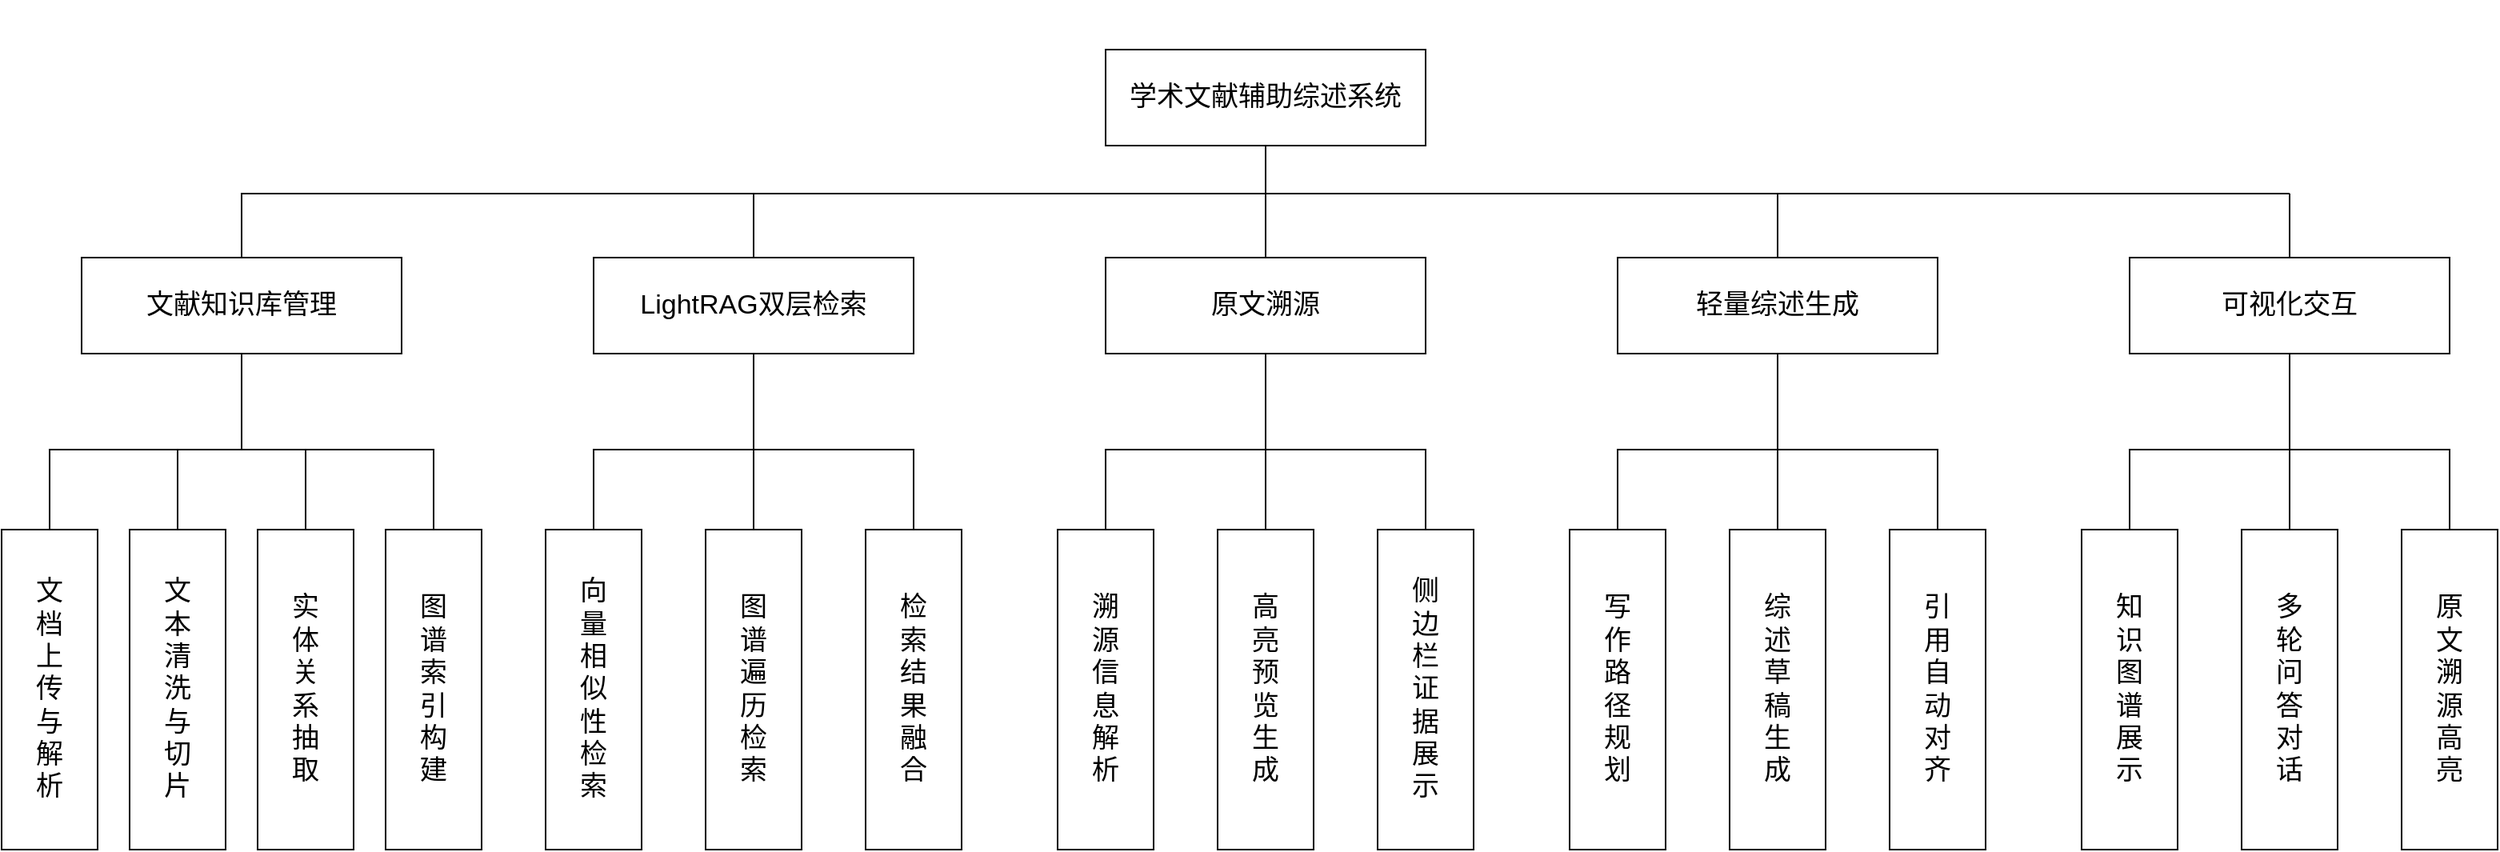
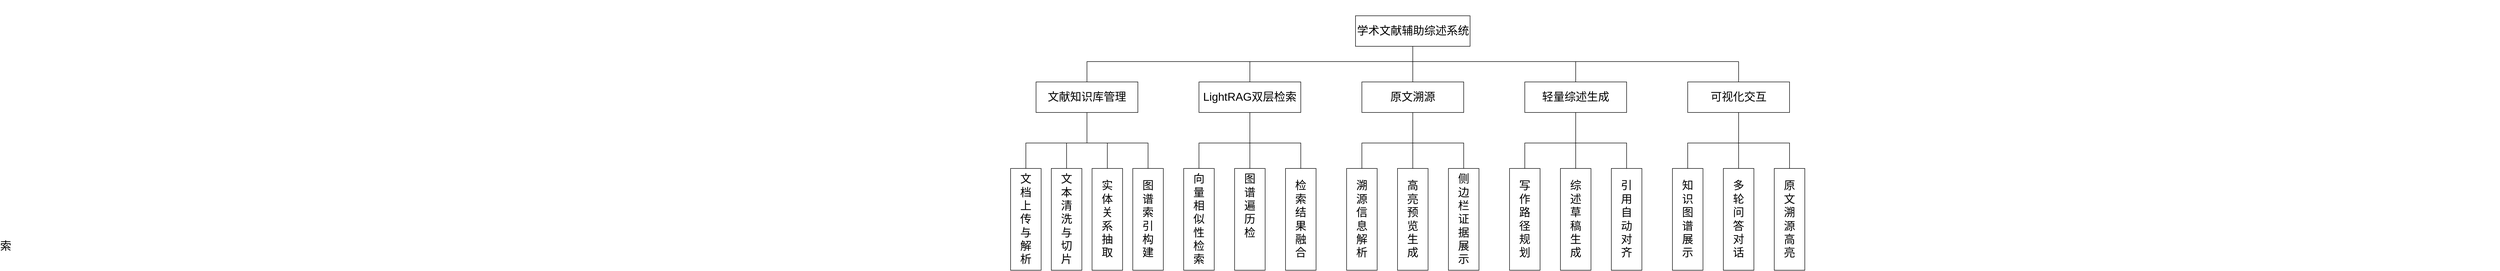
<mxfile host="app.diagrams.net" agent="Mozilla/5.0 (Windows NT 10.0; Win64; x64) AppleWebKit/537.36 (KHTML, like Gecko) Chrome/143.0.0.0 Safari/537.36 Edg/143.0.0.0">
  <diagram name="第 1 页" id="kCGOB4NbzOLxN3a2imSw">
-     <mxGraphModel dx="1604" dy="954" grid="1" gridSize="10" guides="1" tooltips="1" connect="1" arrows="1" fold="1" page="0" pageScale="1" pageWidth="827" pageHeight="1169" math="0" shadow="0">
+     <mxGraphModel dx="5126" dy="955" grid="1" gridSize="10" guides="1" tooltips="1" connect="1" arrows="1" fold="1" page="0" pageScale="1" pageWidth="827" pageHeight="1169" math="0" shadow="0">
      <root>
        <mxCell id="0" />
        <mxCell id="1" parent="0" />
-         <mxCell id="-he248ucSGp0f2jcVjUM-1" parent="1" style="rounded=0;whiteSpace=wrap;html=1;" value="&lt;font style=&quot;font-size: 17px;&quot;&gt;学术文献辅助综述系统&lt;/font&gt;" vertex="1">
-           <mxGeometry height="60" width="200" x="-100" y="60" as="geometry" />
+         <mxCell id="-he248ucSGp0f2jcVjUM-1" parent="1" style="rounded=0;whiteSpace=wrap;html=1;fontSize=22;" value="&lt;font&gt;学术文献辅助综述系统&lt;/font&gt;" vertex="1">
+           <mxGeometry height="60" width="225" x="-112.5" y="60" as="geometry" />
        </mxCell>
-         <mxCell id="-he248ucSGp0f2jcVjUM-2" parent="1" style="rounded=0;whiteSpace=wrap;html=1;" value="&lt;font style=&quot;font-size: 17px;&quot;&gt;文献知识库管理&lt;/font&gt;" vertex="1">
+         <mxCell id="-he248ucSGp0f2jcVjUM-2" parent="1" style="rounded=0;whiteSpace=wrap;html=1;fontSize=22;" value="&lt;font&gt;文献知识库管理&lt;/font&gt;" vertex="1">
          <mxGeometry height="60" width="200" x="-740" y="190" as="geometry" />
        </mxCell>
-         <mxCell id="-he248ucSGp0f2jcVjUM-3" parent="1" style="rounded=0;whiteSpace=wrap;html=1;" value="&lt;font style=&quot;font-size: 17px;&quot;&gt;LightRAG双层检索&lt;/font&gt;" vertex="1">
+         <mxCell id="-he248ucSGp0f2jcVjUM-3" parent="1" style="rounded=0;whiteSpace=wrap;html=1;fontSize=22;" value="&lt;font&gt;LightRAG双层检索&lt;/font&gt;" vertex="1">
          <mxGeometry height="60" width="200" x="-420" y="190" as="geometry" />
        </mxCell>
-         <mxCell id="-he248ucSGp0f2jcVjUM-4" parent="1" style="rounded=0;whiteSpace=wrap;html=1;" value="&lt;span style=&quot;font-size: 17px;&quot;&gt;轻量综述生成&lt;/span&gt;" vertex="1">
+         <mxCell id="-he248ucSGp0f2jcVjUM-4" parent="1" style="rounded=0;whiteSpace=wrap;html=1;fontSize=22;" value="&lt;span&gt;轻量综述生成&lt;/span&gt;" vertex="1">
          <mxGeometry height="60" width="200" x="220" y="190" as="geometry" />
        </mxCell>
-         <mxCell id="-he248ucSGp0f2jcVjUM-5" parent="1" style="rounded=0;whiteSpace=wrap;html=1;" value="&lt;span style=&quot;font-size: 17px;&quot;&gt;可视化交互&lt;/span&gt;" vertex="1">
+         <mxCell id="-he248ucSGp0f2jcVjUM-5" parent="1" style="rounded=0;whiteSpace=wrap;html=1;fontSize=22;" value="&lt;span&gt;可视化交互&lt;/span&gt;" vertex="1">
          <mxGeometry height="60" width="200" x="540" y="190" as="geometry" />
        </mxCell>
-         <mxCell id="-he248ucSGp0f2jcVjUM-8" parent="1" style="shape=partialRectangle;whiteSpace=wrap;html=1;bottom=0;right=0;fillColor=none;" value="" vertex="1">
+         <mxCell id="-he248ucSGp0f2jcVjUM-8" parent="1" style="shape=partialRectangle;whiteSpace=wrap;html=1;bottom=0;right=0;fillColor=none;fontSize=22;" value="" vertex="1">
          <mxGeometry height="40" width="480" x="-640" y="150" as="geometry" />
        </mxCell>
-         <mxCell id="-he248ucSGp0f2jcVjUM-9" parent="1" style="shape=partialRectangle;whiteSpace=wrap;html=1;bottom=0;right=0;fillColor=none;rotation=-180;" value="" vertex="1">
+         <mxCell id="-he248ucSGp0f2jcVjUM-9" parent="1" style="shape=partialRectangle;whiteSpace=wrap;html=1;bottom=0;right=0;fillColor=none;rotation=-180;fontSize=22;" value="" vertex="1">
          <mxGeometry height="30" width="480" x="-480" y="120" as="geometry" />
        </mxCell>
-         <mxCell id="-he248ucSGp0f2jcVjUM-12" parent="1" style="shape=partialRectangle;whiteSpace=wrap;html=1;top=0;bottom=0;fillColor=none;" value="" vertex="1">
+         <mxCell id="-he248ucSGp0f2jcVjUM-12" parent="1" style="shape=partialRectangle;whiteSpace=wrap;html=1;top=0;bottom=0;fillColor=none;fontSize=22;" value="" vertex="1">
          <mxGeometry height="40" width="320" y="150" as="geometry" />
        </mxCell>
-         <mxCell id="-he248ucSGp0f2jcVjUM-14" parent="1" style="shape=partialRectangle;whiteSpace=wrap;html=1;right=0;top=0;bottom=0;fillColor=none;routingCenterX=-0.5;rotation=-90;" value="" vertex="1">
+         <mxCell id="-he248ucSGp0f2jcVjUM-14" parent="1" style="shape=partialRectangle;whiteSpace=wrap;html=1;right=0;top=0;bottom=0;fillColor=none;routingCenterX=-0.5;rotation=-90;fontSize=22;" value="" vertex="1">
          <mxGeometry height="480" width="120" x="180" y="-150" as="geometry" />
        </mxCell>
-         <mxCell id="-he248ucSGp0f2jcVjUM-15" parent="1" style="shape=partialRectangle;whiteSpace=wrap;html=1;top=0;bottom=0;fillColor=none;" value="" vertex="1">
+         <mxCell id="-he248ucSGp0f2jcVjUM-15" parent="1" style="shape=partialRectangle;whiteSpace=wrap;html=1;top=0;bottom=0;fillColor=none;fontSize=22;" value="" vertex="1">
          <mxGeometry height="40" width="320" x="-320" y="150" as="geometry" />
        </mxCell>
-         <mxCell id="-he248ucSGp0f2jcVjUM-16" parent="1" style="shape=partialRectangle;whiteSpace=wrap;html=1;right=0;top=0;bottom=0;fillColor=none;routingCenterX=-0.5;" value="" vertex="1">
+         <mxCell id="-he248ucSGp0f2jcVjUM-16" parent="1" style="shape=partialRectangle;whiteSpace=wrap;html=1;right=0;top=0;bottom=0;fillColor=none;routingCenterX=-0.5;fontSize=22;" value="" vertex="1">
          <mxGeometry height="60" width="120" x="-640" y="250" as="geometry" />
        </mxCell>
-         <mxCell id="-he248ucSGp0f2jcVjUM-17" parent="1" style="shape=partialRectangle;whiteSpace=wrap;html=1;right=0;top=0;bottom=0;fillColor=none;routingCenterX=-0.5;" value="" vertex="1">
+         <mxCell id="-he248ucSGp0f2jcVjUM-17" parent="1" style="shape=partialRectangle;whiteSpace=wrap;html=1;right=0;top=0;bottom=0;fillColor=none;routingCenterX=-0.5;fontSize=22;" value="" vertex="1">
          <mxGeometry height="60" width="120" x="-320" y="250" as="geometry" />
        </mxCell>
-         <mxCell id="-he248ucSGp0f2jcVjUM-18" parent="1" style="shape=partialRectangle;whiteSpace=wrap;html=1;right=0;top=0;bottom=0;fillColor=none;routingCenterX=-0.5;" value="" vertex="1">
+         <mxCell id="-he248ucSGp0f2jcVjUM-18" parent="1" style="shape=partialRectangle;whiteSpace=wrap;html=1;right=0;top=0;bottom=0;fillColor=none;routingCenterX=-0.5;fontSize=22;" value="" vertex="1">
          <mxGeometry height="60" width="120" x="320" y="250" as="geometry" />
        </mxCell>
-         <mxCell id="-he248ucSGp0f2jcVjUM-19" parent="1" style="shape=partialRectangle;whiteSpace=wrap;html=1;right=0;top=0;bottom=0;fillColor=none;routingCenterX=-0.5;" value="" vertex="1">
+         <mxCell id="-he248ucSGp0f2jcVjUM-19" parent="1" style="shape=partialRectangle;whiteSpace=wrap;html=1;right=0;top=0;bottom=0;fillColor=none;routingCenterX=-0.5;fontSize=22;" value="" vertex="1">
          <mxGeometry height="60" width="120" x="640" y="250" as="geometry" />
        </mxCell>
-         <mxCell id="-he248ucSGp0f2jcVjUM-20" parent="1" style="shape=partialRectangle;whiteSpace=wrap;html=1;bottom=0;right=0;fillColor=none;flipH=0;legacyAnchorPoints=0;flipV=0;" value="" vertex="1">
+         <mxCell id="-he248ucSGp0f2jcVjUM-20" parent="1" style="shape=partialRectangle;whiteSpace=wrap;html=1;bottom=0;right=0;fillColor=none;flipH=0;legacyAnchorPoints=0;flipV=0;fontSize=22;" value="" vertex="1">
          <mxGeometry height="50" width="120" x="-760" y="310" as="geometry" />
        </mxCell>
-         <mxCell id="-he248ucSGp0f2jcVjUM-23" parent="1" style="shape=partialRectangle;whiteSpace=wrap;html=1;bottom=0;right=0;fillColor=none;flipH=1;legacyAnchorPoints=0;flipV=0;" value="" vertex="1">
+         <mxCell id="-he248ucSGp0f2jcVjUM-23" parent="1" style="shape=partialRectangle;whiteSpace=wrap;html=1;bottom=0;right=0;fillColor=none;flipH=1;legacyAnchorPoints=0;flipV=0;fontSize=22;" value="" vertex="1">
          <mxGeometry height="50" width="120" x="-640" y="310" as="geometry" />
        </mxCell>
-         <mxCell id="-he248ucSGp0f2jcVjUM-24" parent="1" style="shape=partialRectangle;whiteSpace=wrap;html=1;top=0;bottom=0;fillColor=none;" value="" vertex="1">
+         <mxCell id="-he248ucSGp0f2jcVjUM-24" parent="1" style="shape=partialRectangle;whiteSpace=wrap;html=1;top=0;bottom=0;fillColor=none;fontSize=22;" value="" vertex="1">
          <mxGeometry height="50" width="80" x="-680" y="310" as="geometry" />
        </mxCell>
-         <mxCell id="-he248ucSGp0f2jcVjUM-26" parent="1" style="shape=partialRectangle;whiteSpace=wrap;html=1;bottom=0;right=0;fillColor=none;flipH=0;legacyAnchorPoints=0;flipV=0;" value="" vertex="1">
+         <mxCell id="-he248ucSGp0f2jcVjUM-26" parent="1" style="shape=partialRectangle;whiteSpace=wrap;html=1;bottom=0;right=0;fillColor=none;flipH=0;legacyAnchorPoints=0;flipV=0;fontSize=22;" value="" vertex="1">
          <mxGeometry height="50" width="100" x="-420" y="310" as="geometry" />
        </mxCell>
-         <mxCell id="-he248ucSGp0f2jcVjUM-36" parent="1" style="rounded=0;whiteSpace=wrap;html=1;" value="&lt;font style=&quot;font-size: 17px;&quot;&gt;文&lt;/font&gt;&lt;div&gt;&lt;font style=&quot;font-size: 17px;&quot;&gt;档&lt;/font&gt;&lt;/div&gt;&lt;div&gt;&lt;font style=&quot;font-size: 17px;&quot;&gt;上&lt;/font&gt;&lt;/div&gt;&lt;div&gt;&lt;font style=&quot;font-size: 17px;&quot;&gt;传&lt;/font&gt;&lt;/div&gt;&lt;div&gt;&lt;font style=&quot;font-size: 17px;&quot;&gt;与&lt;/font&gt;&lt;/div&gt;&lt;div&gt;&lt;font style=&quot;font-size: 17px;&quot;&gt;解&lt;/font&gt;&lt;/div&gt;&lt;div&gt;&lt;font style=&quot;font-size: 17px;&quot;&gt;析&lt;/font&gt;&lt;/div&gt;" vertex="1">
+         <mxCell id="-he248ucSGp0f2jcVjUM-36" parent="1" style="rounded=0;whiteSpace=wrap;html=1;fontSize=22;" value="&lt;font&gt;文&lt;/font&gt;&lt;div&gt;&lt;font&gt;档&lt;/font&gt;&lt;/div&gt;&lt;div&gt;&lt;font&gt;上&lt;/font&gt;&lt;/div&gt;&lt;div&gt;&lt;font&gt;传&lt;/font&gt;&lt;/div&gt;&lt;div&gt;&lt;font&gt;与&lt;/font&gt;&lt;/div&gt;&lt;div&gt;&lt;font&gt;解&lt;/font&gt;&lt;/div&gt;&lt;div&gt;&lt;font&gt;析&lt;/font&gt;&lt;/div&gt;" vertex="1">
          <mxGeometry height="200" width="60" x="-790" y="360" as="geometry" />
        </mxCell>
-         <mxCell id="-he248ucSGp0f2jcVjUM-37" parent="1" style="rounded=0;whiteSpace=wrap;html=1;" value="&lt;font style=&quot;font-size: 17px;&quot;&gt;文&lt;/font&gt;&lt;div&gt;&lt;font style=&quot;font-size: 17px;&quot;&gt;本&lt;/font&gt;&lt;/div&gt;&lt;div&gt;&lt;font style=&quot;font-size: 17px;&quot;&gt;清&lt;/font&gt;&lt;/div&gt;&lt;div&gt;&lt;font style=&quot;font-size: 17px;&quot;&gt;洗&lt;/font&gt;&lt;/div&gt;&lt;div&gt;&lt;font style=&quot;font-size: 17px;&quot;&gt;与&lt;/font&gt;&lt;/div&gt;&lt;div&gt;&lt;span style=&quot;background-color: transparent; color: light-dark(rgb(0, 0, 0), rgb(255, 255, 255));&quot;&gt;&lt;font style=&quot;font-size: 17px;&quot;&gt;切&lt;/font&gt;&lt;/span&gt;&lt;/div&gt;&lt;div&gt;&lt;span style=&quot;background-color: transparent; color: light-dark(rgb(0, 0, 0), rgb(255, 255, 255));&quot;&gt;&lt;font style=&quot;font-size: 17px;&quot;&gt;片&lt;/font&gt;&lt;/span&gt;&lt;/div&gt;" vertex="1">
+         <mxCell id="-he248ucSGp0f2jcVjUM-37" parent="1" style="rounded=0;whiteSpace=wrap;html=1;fontSize=22;" value="&lt;font&gt;文&lt;/font&gt;&lt;div&gt;&lt;font&gt;本&lt;/font&gt;&lt;/div&gt;&lt;div&gt;&lt;font&gt;清&lt;/font&gt;&lt;/div&gt;&lt;div&gt;&lt;font&gt;洗&lt;/font&gt;&lt;/div&gt;&lt;div&gt;&lt;font&gt;与&lt;/font&gt;&lt;/div&gt;&lt;div&gt;&lt;span style=&quot;background-color: transparent; color: light-dark(rgb(0, 0, 0), rgb(255, 255, 255));&quot;&gt;&lt;font&gt;切&lt;/font&gt;&lt;/span&gt;&lt;/div&gt;&lt;div&gt;&lt;span style=&quot;background-color: transparent; color: light-dark(rgb(0, 0, 0), rgb(255, 255, 255));&quot;&gt;&lt;font&gt;片&lt;/font&gt;&lt;/span&gt;&lt;/div&gt;" vertex="1">
          <mxGeometry height="200" width="60" x="-710" y="360" as="geometry" />
        </mxCell>
-         <mxCell id="-he248ucSGp0f2jcVjUM-38" parent="1" style="rounded=0;whiteSpace=wrap;html=1;" value="&lt;font style=&quot;font-size: 17px;&quot;&gt;实&lt;/font&gt;&lt;div&gt;&lt;font style=&quot;font-size: 17px;&quot;&gt;体&lt;/font&gt;&lt;/div&gt;&lt;div&gt;&lt;font style=&quot;font-size: 17px;&quot;&gt;关&lt;/font&gt;&lt;/div&gt;&lt;div&gt;&lt;font style=&quot;font-size: 17px;&quot;&gt;系&lt;/font&gt;&lt;/div&gt;&lt;div&gt;&lt;font style=&quot;font-size: 17px;&quot;&gt;抽&lt;/font&gt;&lt;/div&gt;&lt;div&gt;&lt;font style=&quot;font-size: 17px;&quot;&gt;取&lt;/font&gt;&lt;/div&gt;" vertex="1">
+         <mxCell id="-he248ucSGp0f2jcVjUM-38" parent="1" style="rounded=0;whiteSpace=wrap;html=1;fontSize=22;" value="&lt;font&gt;实&lt;/font&gt;&lt;div&gt;&lt;font&gt;体&lt;/font&gt;&lt;/div&gt;&lt;div&gt;&lt;font&gt;关&lt;/font&gt;&lt;/div&gt;&lt;div&gt;&lt;font&gt;系&lt;/font&gt;&lt;/div&gt;&lt;div&gt;&lt;font&gt;抽&lt;/font&gt;&lt;/div&gt;&lt;div&gt;&lt;font&gt;取&lt;/font&gt;&lt;/div&gt;" vertex="1">
          <mxGeometry height="200" width="60" x="-630" y="360" as="geometry" />
        </mxCell>
-         <mxCell id="-he248ucSGp0f2jcVjUM-39" parent="1" style="rounded=0;whiteSpace=wrap;html=1;" value="&lt;font style=&quot;font-size: 17px;&quot;&gt;图&lt;/font&gt;&lt;div&gt;&lt;font style=&quot;font-size: 17px;&quot;&gt;谱&lt;/font&gt;&lt;/div&gt;&lt;div&gt;&lt;font style=&quot;font-size: 17px;&quot;&gt;索&lt;/font&gt;&lt;/div&gt;&lt;div&gt;&lt;font style=&quot;font-size: 17px;&quot;&gt;引&lt;/font&gt;&lt;/div&gt;&lt;div&gt;&lt;font style=&quot;font-size: 17px;&quot;&gt;构&lt;/font&gt;&lt;/div&gt;&lt;div&gt;&lt;font style=&quot;font-size: 17px;&quot;&gt;建&lt;/font&gt;&lt;/div&gt;" vertex="1">
+         <mxCell id="-he248ucSGp0f2jcVjUM-39" parent="1" style="rounded=0;whiteSpace=wrap;html=1;fontSize=22;" value="&lt;font&gt;图&lt;/font&gt;&lt;div&gt;&lt;font&gt;谱&lt;/font&gt;&lt;/div&gt;&lt;div&gt;&lt;font&gt;索&lt;/font&gt;&lt;/div&gt;&lt;div&gt;&lt;font&gt;引&lt;/font&gt;&lt;/div&gt;&lt;div&gt;&lt;font&gt;构&lt;/font&gt;&lt;/div&gt;&lt;div&gt;&lt;font&gt;建&lt;/font&gt;&lt;/div&gt;" vertex="1">
          <mxGeometry height="200" width="60" x="-550" y="360" as="geometry" />
        </mxCell>
-         <mxCell id="-he248ucSGp0f2jcVjUM-40" parent="1" style="rounded=0;whiteSpace=wrap;html=1;" value="&lt;font style=&quot;font-size: 17px;&quot;&gt;向&lt;/font&gt;&lt;div&gt;&lt;font style=&quot;font-size: 17px;&quot;&gt;量&lt;/font&gt;&lt;/div&gt;&lt;div&gt;&lt;font style=&quot;font-size: 17px;&quot;&gt;相&lt;/font&gt;&lt;/div&gt;&lt;div&gt;&lt;font style=&quot;font-size: 17px;&quot;&gt;似&lt;/font&gt;&lt;/div&gt;&lt;div&gt;&lt;font style=&quot;font-size: 17px;&quot;&gt;性&lt;/font&gt;&lt;/div&gt;&lt;div&gt;&lt;font style=&quot;font-size: 17px;&quot;&gt;检&lt;/font&gt;&lt;/div&gt;&lt;div&gt;&lt;font style=&quot;font-size: 17px;&quot;&gt;索&lt;/font&gt;&lt;/div&gt;" vertex="1">
+         <mxCell id="-he248ucSGp0f2jcVjUM-40" parent="1" style="rounded=0;whiteSpace=wrap;html=1;fontSize=22;" value="&lt;font&gt;向&lt;/font&gt;&lt;div&gt;&lt;font&gt;量&lt;/font&gt;&lt;/div&gt;&lt;div&gt;&lt;font&gt;相&lt;/font&gt;&lt;/div&gt;&lt;div&gt;&lt;font&gt;似&lt;/font&gt;&lt;/div&gt;&lt;div&gt;&lt;font&gt;性&lt;/font&gt;&lt;/div&gt;&lt;div&gt;&lt;font&gt;检&lt;/font&gt;&lt;/div&gt;&lt;div&gt;&lt;font&gt;索&lt;/font&gt;&lt;/div&gt;" vertex="1">
          <mxGeometry height="200" width="60" x="-450" y="360" as="geometry" />
        </mxCell>
-         <mxCell id="-he248ucSGp0f2jcVjUM-41" parent="1" style="rounded=0;whiteSpace=wrap;html=1;" value="&lt;font style=&quot;font-size: 17px;&quot;&gt;图&lt;/font&gt;&lt;div&gt;&lt;font style=&quot;font-size: 17px;&quot;&gt;谱&lt;/font&gt;&lt;/div&gt;&lt;div&gt;&lt;font style=&quot;font-size: 17px;&quot;&gt;遍&lt;/font&gt;&lt;/div&gt;&lt;div&gt;&lt;font style=&quot;font-size: 17px;&quot;&gt;历&lt;/font&gt;&lt;/div&gt;&lt;div&gt;&lt;font style=&quot;font-size: 17px;&quot;&gt;检&lt;/font&gt;&lt;/div&gt;&lt;div&gt;&lt;font style=&quot;font-size: 17px;&quot;&gt;索&lt;/font&gt;&lt;span style=&quot;color: rgba(0, 0, 0, 0); font-family: monospace; font-size: 0px; text-align: start; text-wrap-mode: nowrap;&quot;&gt;%3CmxGraphModel%3E%3Croot%3E%3CmxCell%20id%3D%220%22%2F%3E%3CmxCell%20id%3D%221%22%20parent%3D%220%22%2F%3E%3CmxCell%20id%3D%222%22%20parent%3D%221%22%20style%3D%22rounded%3D0%3BwhiteSpace%3Dwrap%3Bhtml%3D1%3B%22%20value%3D%22%E5%9B%BE%E8%B0%B1%E7%B4%A2%E5%BC%95%E6%9E%84%E5%BB%BA%22%20vertex%3D%221%22%3E%3CmxGeometry%20height%3D%22200%22%20width%3D%2260%22%20x%3D%22-390%22%20y%3D%22360%22%20as%3D%22geometry%22%2F%3E%3C%2FmxCell%3E%3C%2Froot%3E%3C%2FmxGraphModel%3E&lt;/span&gt;&lt;/div&gt;" vertex="1">
+         <mxCell id="-he248ucSGp0f2jcVjUM-41" parent="1" style="rounded=0;whiteSpace=wrap;html=1;fontSize=22;" value="&lt;font&gt;图&lt;/font&gt;&lt;div&gt;&lt;font&gt;谱&lt;/font&gt;&lt;/div&gt;&lt;div&gt;&lt;font&gt;遍&lt;/font&gt;&lt;/div&gt;&lt;div&gt;&lt;font&gt;历&lt;/font&gt;&lt;/div&gt;&lt;div&gt;&lt;font&gt;检&lt;/font&gt;&lt;/div&gt;&lt;div&gt;&lt;font&gt;索&lt;/font&gt;&lt;span style=&quot;color: rgba(0, 0, 0, 0); font-family: monospace; text-align: start; text-wrap-mode: nowrap;&quot;&gt;%3CmxGraphModel%3E%3Croot%3E%3CmxCell%20id%3D%220%22%2F%3E%3CmxCell%20id%3D%221%22%20parent%3D%220%22%2F%3E%3CmxCell%20id%3D%222%22%20parent%3D%221%22%20style%3D%22rounded%3D0%3BwhiteSpace%3Dwrap%3Bhtml%3D1%3B%22%20value%3D%22%E5%9B%BE%E8%B0%B1%E7%B4%A2%E5%BC%95%E6%9E%84%E5%BB%BA%22%20vertex%3D%221%22%3E%3CmxGeometry%20height%3D%22200%22%20width%3D%2260%22%20x%3D%22-390%22%20y%3D%22360%22%20as%3D%22geometry%22%2F%3E%3C%2FmxCell%3E%3C%2Froot%3E%3C%2FmxGraphModel%3E&lt;/span&gt;&lt;/div&gt;" vertex="1">
          <mxGeometry height="200" width="60" x="-350" y="360" as="geometry" />
        </mxCell>
-         <mxCell id="-he248ucSGp0f2jcVjUM-42" parent="1" style="rounded=0;whiteSpace=wrap;html=1;" value="&lt;font style=&quot;font-size: 17px;&quot;&gt;检&lt;/font&gt;&lt;div&gt;&lt;font style=&quot;font-size: 17px;&quot;&gt;索&lt;/font&gt;&lt;/div&gt;&lt;div&gt;&lt;font style=&quot;font-size: 17px;&quot;&gt;结&lt;/font&gt;&lt;/div&gt;&lt;div&gt;&lt;font style=&quot;font-size: 17px;&quot;&gt;果&lt;/font&gt;&lt;/div&gt;&lt;div&gt;&lt;font style=&quot;font-size: 17px;&quot;&gt;融&lt;/font&gt;&lt;/div&gt;&lt;div&gt;&lt;font style=&quot;font-size: 17px;&quot;&gt;合&lt;/font&gt;&lt;/div&gt;" vertex="1">
+         <mxCell id="-he248ucSGp0f2jcVjUM-42" parent="1" style="rounded=0;whiteSpace=wrap;html=1;fontSize=22;" value="&lt;font&gt;检&lt;/font&gt;&lt;div&gt;&lt;font&gt;索&lt;/font&gt;&lt;/div&gt;&lt;div&gt;&lt;font&gt;结&lt;/font&gt;&lt;/div&gt;&lt;div&gt;&lt;font&gt;果&lt;/font&gt;&lt;/div&gt;&lt;div&gt;&lt;font&gt;融&lt;/font&gt;&lt;/div&gt;&lt;div&gt;&lt;font&gt;合&lt;/font&gt;&lt;/div&gt;" vertex="1">
          <mxGeometry height="200" width="60" x="-250" y="360" as="geometry" />
        </mxCell>
-         <mxCell id="-he248ucSGp0f2jcVjUM-45" parent="1" style="shape=partialRectangle;whiteSpace=wrap;html=1;bottom=0;right=0;fillColor=none;flipH=1;legacyAnchorPoints=0;flipV=0;" value="" vertex="1">
+         <mxCell id="-he248ucSGp0f2jcVjUM-45" parent="1" style="shape=partialRectangle;whiteSpace=wrap;html=1;bottom=0;right=0;fillColor=none;flipH=1;legacyAnchorPoints=0;flipV=0;fontSize=22;" value="" vertex="1">
          <mxGeometry height="50" width="100" x="-320" y="310" as="geometry" />
        </mxCell>
-         <mxCell id="-he248ucSGp0f2jcVjUM-52" parent="1" style="rounded=0;whiteSpace=wrap;html=1;" value="&lt;font style=&quot;font-size: 17px;&quot;&gt;写&lt;/font&gt;&lt;div&gt;&lt;font style=&quot;font-size: 17px;&quot;&gt;作&lt;/font&gt;&lt;/div&gt;&lt;div&gt;&lt;font style=&quot;font-size: 17px;&quot;&gt;路&lt;/font&gt;&lt;/div&gt;&lt;div&gt;&lt;font style=&quot;font-size: 17px;&quot;&gt;径&lt;/font&gt;&lt;/div&gt;&lt;div&gt;&lt;font style=&quot;font-size: 17px;&quot;&gt;规&lt;/font&gt;&lt;/div&gt;&lt;div&gt;&lt;font style=&quot;font-size: 17px;&quot;&gt;划&lt;/font&gt;&lt;/div&gt;" vertex="1">
+         <mxCell id="-he248ucSGp0f2jcVjUM-52" parent="1" style="rounded=0;whiteSpace=wrap;html=1;fontSize=22;" value="&lt;font&gt;写&lt;/font&gt;&lt;div&gt;&lt;font&gt;作&lt;/font&gt;&lt;/div&gt;&lt;div&gt;&lt;font&gt;路&lt;/font&gt;&lt;/div&gt;&lt;div&gt;&lt;font&gt;径&lt;/font&gt;&lt;/div&gt;&lt;div&gt;&lt;font&gt;规&lt;/font&gt;&lt;/div&gt;&lt;div&gt;&lt;font&gt;划&lt;/font&gt;&lt;/div&gt;" vertex="1">
          <mxGeometry height="200" width="60" x="190" y="360" as="geometry" />
        </mxCell>
-         <mxCell id="-he248ucSGp0f2jcVjUM-53" parent="1" style="rounded=0;whiteSpace=wrap;html=1;" value="&lt;font style=&quot;font-size: 17px;&quot;&gt;综&lt;/font&gt;&lt;div&gt;&lt;font style=&quot;font-size: 17px;&quot;&gt;述&lt;/font&gt;&lt;/div&gt;&lt;div&gt;&lt;font style=&quot;font-size: 17px;&quot;&gt;草&lt;/font&gt;&lt;/div&gt;&lt;div&gt;&lt;font style=&quot;font-size: 17px;&quot;&gt;稿&lt;/font&gt;&lt;/div&gt;&lt;div&gt;&lt;font style=&quot;font-size: 17px;&quot;&gt;生&lt;/font&gt;&lt;/div&gt;&lt;div&gt;&lt;font style=&quot;font-size: 17px;&quot;&gt;成&lt;/font&gt;&lt;/div&gt;" vertex="1">
+         <mxCell id="-he248ucSGp0f2jcVjUM-53" parent="1" style="rounded=0;whiteSpace=wrap;html=1;fontSize=22;" value="&lt;font&gt;综&lt;/font&gt;&lt;div&gt;&lt;font&gt;述&lt;/font&gt;&lt;/div&gt;&lt;div&gt;&lt;font&gt;草&lt;/font&gt;&lt;/div&gt;&lt;div&gt;&lt;font&gt;稿&lt;/font&gt;&lt;/div&gt;&lt;div&gt;&lt;font&gt;生&lt;/font&gt;&lt;/div&gt;&lt;div&gt;&lt;font&gt;成&lt;/font&gt;&lt;/div&gt;" vertex="1">
          <mxGeometry height="200" width="60" x="290" y="360" as="geometry" />
        </mxCell>
-         <mxCell id="-he248ucSGp0f2jcVjUM-54" parent="1" style="rounded=0;whiteSpace=wrap;html=1;" value="&lt;font style=&quot;font-size: 17px;&quot;&gt;引&lt;/font&gt;&lt;div&gt;&lt;font style=&quot;font-size: 17px;&quot;&gt;用&lt;/font&gt;&lt;/div&gt;&lt;div&gt;&lt;font style=&quot;font-size: 17px;&quot;&gt;自&lt;/font&gt;&lt;/div&gt;&lt;div&gt;&lt;font style=&quot;font-size: 17px;&quot;&gt;动&lt;/font&gt;&lt;/div&gt;&lt;div&gt;&lt;font style=&quot;font-size: 17px;&quot;&gt;对&lt;/font&gt;&lt;/div&gt;&lt;div&gt;&lt;font style=&quot;font-size: 17px;&quot;&gt;齐&lt;/font&gt;&lt;/div&gt;" vertex="1">
+         <mxCell id="-he248ucSGp0f2jcVjUM-54" parent="1" style="rounded=0;whiteSpace=wrap;html=1;fontSize=22;" value="&lt;font&gt;引&lt;/font&gt;&lt;div&gt;&lt;font&gt;用&lt;/font&gt;&lt;/div&gt;&lt;div&gt;&lt;font&gt;自&lt;/font&gt;&lt;/div&gt;&lt;div&gt;&lt;font&gt;动&lt;/font&gt;&lt;/div&gt;&lt;div&gt;&lt;font&gt;对&lt;/font&gt;&lt;/div&gt;&lt;div&gt;&lt;font&gt;齐&lt;/font&gt;&lt;/div&gt;" vertex="1">
          <mxGeometry height="200" width="60" x="390" y="360" as="geometry" />
        </mxCell>
-         <mxCell id="-he248ucSGp0f2jcVjUM-55" parent="1" style="rounded=0;whiteSpace=wrap;html=1;" value="&lt;font style=&quot;font-size: 17px;&quot;&gt;知&lt;/font&gt;&lt;div&gt;&lt;font style=&quot;font-size: 17px;&quot;&gt;识&lt;/font&gt;&lt;/div&gt;&lt;div&gt;&lt;font style=&quot;font-size: 17px;&quot;&gt;图&lt;/font&gt;&lt;/div&gt;&lt;div&gt;&lt;font style=&quot;font-size: 17px;&quot;&gt;谱&lt;/font&gt;&lt;/div&gt;&lt;div&gt;&lt;font style=&quot;font-size: 17px;&quot;&gt;展&lt;/font&gt;&lt;/div&gt;&lt;div&gt;&lt;font style=&quot;font-size: 17px;&quot;&gt;示&lt;/font&gt;&lt;/div&gt;" vertex="1">
+         <mxCell id="-he248ucSGp0f2jcVjUM-55" parent="1" style="rounded=0;whiteSpace=wrap;html=1;fontSize=22;" value="&lt;font&gt;知&lt;/font&gt;&lt;div&gt;&lt;font&gt;识&lt;/font&gt;&lt;/div&gt;&lt;div&gt;&lt;font&gt;图&lt;/font&gt;&lt;/div&gt;&lt;div&gt;&lt;font&gt;谱&lt;/font&gt;&lt;/div&gt;&lt;div&gt;&lt;font&gt;展&lt;/font&gt;&lt;/div&gt;&lt;div&gt;&lt;font&gt;示&lt;/font&gt;&lt;/div&gt;" vertex="1">
          <mxGeometry height="200" width="60" x="510" y="360" as="geometry" />
        </mxCell>
-         <mxCell id="-he248ucSGp0f2jcVjUM-56" parent="1" style="rounded=0;whiteSpace=wrap;html=1;" value="&lt;font style=&quot;font-size: 17px;&quot;&gt;多&lt;/font&gt;&lt;div&gt;&lt;font style=&quot;font-size: 17px;&quot;&gt;轮&lt;/font&gt;&lt;/div&gt;&lt;div&gt;&lt;font style=&quot;font-size: 17px;&quot;&gt;问&lt;/font&gt;&lt;/div&gt;&lt;div&gt;&lt;font style=&quot;font-size: 17px;&quot;&gt;答&lt;/font&gt;&lt;/div&gt;&lt;div&gt;&lt;font style=&quot;font-size: 17px;&quot;&gt;对&lt;/font&gt;&lt;/div&gt;&lt;div&gt;&lt;font style=&quot;font-size: 17px;&quot;&gt;话&lt;/font&gt;&lt;/div&gt;" vertex="1">
+         <mxCell id="-he248ucSGp0f2jcVjUM-56" parent="1" style="rounded=0;whiteSpace=wrap;html=1;fontSize=22;" value="&lt;font&gt;多&lt;/font&gt;&lt;div&gt;&lt;font&gt;轮&lt;/font&gt;&lt;/div&gt;&lt;div&gt;&lt;font&gt;问&lt;/font&gt;&lt;/div&gt;&lt;div&gt;&lt;font&gt;答&lt;/font&gt;&lt;/div&gt;&lt;div&gt;&lt;font&gt;对&lt;/font&gt;&lt;/div&gt;&lt;div&gt;&lt;font&gt;话&lt;/font&gt;&lt;/div&gt;" vertex="1">
          <mxGeometry height="200" width="60" x="610" y="360" as="geometry" />
        </mxCell>
-         <mxCell id="-he248ucSGp0f2jcVjUM-57" parent="1" style="rounded=0;whiteSpace=wrap;html=1;" value="&lt;font style=&quot;font-size: 17px;&quot;&gt;原&lt;/font&gt;&lt;div&gt;&lt;font style=&quot;font-size: 17px;&quot;&gt;文&lt;/font&gt;&lt;/div&gt;&lt;div&gt;&lt;font style=&quot;font-size: 17px;&quot;&gt;溯&lt;/font&gt;&lt;/div&gt;&lt;div&gt;&lt;font style=&quot;font-size: 17px;&quot;&gt;源&lt;/font&gt;&lt;/div&gt;&lt;div&gt;&lt;font style=&quot;font-size: 17px;&quot;&gt;高&lt;/font&gt;&lt;/div&gt;&lt;div&gt;&lt;font style=&quot;font-size: 17px;&quot;&gt;亮&lt;/font&gt;&lt;/div&gt;" vertex="1">
+         <mxCell id="-he248ucSGp0f2jcVjUM-57" parent="1" style="rounded=0;whiteSpace=wrap;html=1;fontSize=22;" value="&lt;font&gt;原&lt;/font&gt;&lt;div&gt;&lt;font&gt;文&lt;/font&gt;&lt;/div&gt;&lt;div&gt;&lt;font&gt;溯&lt;/font&gt;&lt;/div&gt;&lt;div&gt;&lt;font&gt;源&lt;/font&gt;&lt;/div&gt;&lt;div&gt;&lt;font&gt;高&lt;/font&gt;&lt;/div&gt;&lt;div&gt;&lt;font&gt;亮&lt;/font&gt;&lt;/div&gt;" vertex="1">
          <mxGeometry height="200" width="60" x="710" y="360" as="geometry" />
        </mxCell>
-         <mxCell id="-he248ucSGp0f2jcVjUM-58" parent="1" style="shape=partialRectangle;whiteSpace=wrap;html=1;right=0;top=0;bottom=0;fillColor=none;routingCenterX=-0.5;" value="" vertex="1">
+         <mxCell id="-he248ucSGp0f2jcVjUM-58" parent="1" style="shape=partialRectangle;whiteSpace=wrap;html=1;right=0;top=0;bottom=0;fillColor=none;routingCenterX=-0.5;fontSize=22;" value="" vertex="1">
          <mxGeometry height="50" width="120" x="-320" y="310" as="geometry" />
        </mxCell>
-         <mxCell id="-he248ucSGp0f2jcVjUM-59" parent="1" style="shape=partialRectangle;whiteSpace=wrap;html=1;bottom=0;right=0;fillColor=none;flipH=0;legacyAnchorPoints=0;flipV=0;" value="" vertex="1">
+         <mxCell id="-he248ucSGp0f2jcVjUM-59" parent="1" style="shape=partialRectangle;whiteSpace=wrap;html=1;bottom=0;right=0;fillColor=none;flipH=0;legacyAnchorPoints=0;flipV=0;fontSize=22;" value="" vertex="1">
          <mxGeometry height="50" width="100" x="220" y="310" as="geometry" />
        </mxCell>
-         <mxCell id="-he248ucSGp0f2jcVjUM-60" parent="1" style="shape=partialRectangle;whiteSpace=wrap;html=1;bottom=0;right=0;fillColor=none;flipH=1;legacyAnchorPoints=0;flipV=0;" value="" vertex="1">
+         <mxCell id="-he248ucSGp0f2jcVjUM-60" parent="1" style="shape=partialRectangle;whiteSpace=wrap;html=1;bottom=0;right=0;fillColor=none;flipH=1;legacyAnchorPoints=0;flipV=0;fontSize=22;" value="" vertex="1">
          <mxGeometry height="50" width="100" x="320" y="310" as="geometry" />
        </mxCell>
-         <mxCell id="-he248ucSGp0f2jcVjUM-61" parent="1" style="shape=partialRectangle;whiteSpace=wrap;html=1;right=0;top=0;bottom=0;fillColor=none;routingCenterX=-0.5;" value="" vertex="1">
+         <mxCell id="-he248ucSGp0f2jcVjUM-61" parent="1" style="shape=partialRectangle;whiteSpace=wrap;html=1;right=0;top=0;bottom=0;fillColor=none;routingCenterX=-0.5;fontSize=22;" value="" vertex="1">
          <mxGeometry height="50" width="120" x="320" y="310" as="geometry" />
        </mxCell>
-         <mxCell id="-he248ucSGp0f2jcVjUM-62" parent="1" style="shape=partialRectangle;whiteSpace=wrap;html=1;bottom=0;right=0;fillColor=none;flipH=0;legacyAnchorPoints=0;flipV=0;" value="" vertex="1">
+         <mxCell id="-he248ucSGp0f2jcVjUM-62" parent="1" style="shape=partialRectangle;whiteSpace=wrap;html=1;bottom=0;right=0;fillColor=none;flipH=0;legacyAnchorPoints=0;flipV=0;fontSize=22;" value="" vertex="1">
          <mxGeometry height="50" width="100" x="540" y="310" as="geometry" />
        </mxCell>
-         <mxCell id="-he248ucSGp0f2jcVjUM-63" parent="1" style="shape=partialRectangle;whiteSpace=wrap;html=1;bottom=0;right=0;fillColor=none;flipH=1;legacyAnchorPoints=0;flipV=0;" value="" vertex="1">
+         <mxCell id="-he248ucSGp0f2jcVjUM-63" parent="1" style="shape=partialRectangle;whiteSpace=wrap;html=1;bottom=0;right=0;fillColor=none;flipH=1;legacyAnchorPoints=0;flipV=0;fontSize=22;" value="" vertex="1">
          <mxGeometry height="50" width="100" x="640" y="310" as="geometry" />
        </mxCell>
-         <mxCell id="-he248ucSGp0f2jcVjUM-64" parent="1" style="shape=partialRectangle;whiteSpace=wrap;html=1;right=0;top=0;bottom=0;fillColor=none;routingCenterX=-0.5;" value="" vertex="1">
+         <mxCell id="-he248ucSGp0f2jcVjUM-64" parent="1" style="shape=partialRectangle;whiteSpace=wrap;html=1;right=0;top=0;bottom=0;fillColor=none;routingCenterX=-0.5;fontSize=22;" value="" vertex="1">
          <mxGeometry height="50" width="120" x="640" y="310" as="geometry" />
        </mxCell>
-         <mxCell id="vCzkm_Gih3kLxXcJVuX2-3" edge="1" parent="1" style="endArrow=none;html=1;rounded=0;" value="">
+         <mxCell id="vCzkm_Gih3kLxXcJVuX2-3" edge="1" parent="1" style="endArrow=none;html=1;rounded=0;fontSize=22;" value="">
          <mxGeometry height="50" relative="1" width="50" as="geometry">
            <mxPoint x="480" y="150" as="sourcePoint" />
            <mxPoint x="640" y="150" as="targetPoint" />
          </mxGeometry>
        </mxCell>
-         <mxCell id="vCzkm_Gih3kLxXcJVuX2-4" edge="1" parent="1" style="endArrow=none;html=1;rounded=0;entryX=0.5;entryY=0;entryDx=0;entryDy=0;endFill=0;" target="-he248ucSGp0f2jcVjUM-5" value="">
+         <mxCell id="vCzkm_Gih3kLxXcJVuX2-4" edge="1" parent="1" style="endArrow=none;html=1;rounded=0;entryX=0.5;entryY=0;entryDx=0;entryDy=0;endFill=0;fontSize=22;" target="-he248ucSGp0f2jcVjUM-5" value="">
          <mxGeometry height="50" relative="1" width="50" as="geometry">
            <mxPoint x="640" y="150" as="sourcePoint" />
            <mxPoint x="690" y="100" as="targetPoint" />
          </mxGeometry>
        </mxCell>
-         <mxCell id="vCzkm_Gih3kLxXcJVuX2-6" parent="1" style="rounded=0;whiteSpace=wrap;html=1;" value="&lt;font style=&quot;font-size: 17px;&quot;&gt;原文溯源&lt;/font&gt;" vertex="1">
+         <mxCell id="vCzkm_Gih3kLxXcJVuX2-6" parent="1" style="rounded=0;whiteSpace=wrap;html=1;fontSize=22;" value="&lt;font&gt;原文溯源&lt;/font&gt;" vertex="1">
          <mxGeometry height="60" width="200" x="-100" y="190" as="geometry" />
        </mxCell>
-         <mxCell id="vCzkm_Gih3kLxXcJVuX2-7" parent="1" style="shape=partialRectangle;whiteSpace=wrap;html=1;right=0;top=0;bottom=0;fillColor=none;routingCenterX=-0.5;" value="" vertex="1">
+         <mxCell id="vCzkm_Gih3kLxXcJVuX2-7" parent="1" style="shape=partialRectangle;whiteSpace=wrap;html=1;right=0;top=0;bottom=0;fillColor=none;routingCenterX=-0.5;fontSize=22;" value="" vertex="1">
          <mxGeometry height="60" width="120" y="250" as="geometry" />
        </mxCell>
-         <mxCell id="vCzkm_Gih3kLxXcJVuX2-8" parent="1" style="shape=partialRectangle;whiteSpace=wrap;html=1;bottom=0;right=0;fillColor=none;flipH=0;legacyAnchorPoints=0;flipV=0;" value="" vertex="1">
+         <mxCell id="vCzkm_Gih3kLxXcJVuX2-8" parent="1" style="shape=partialRectangle;whiteSpace=wrap;html=1;bottom=0;right=0;fillColor=none;flipH=0;legacyAnchorPoints=0;flipV=0;fontSize=22;" value="" vertex="1">
          <mxGeometry height="50" width="100" x="-100" y="310" as="geometry" />
        </mxCell>
-         <mxCell id="vCzkm_Gih3kLxXcJVuX2-9" parent="1" style="rounded=0;whiteSpace=wrap;html=1;" value="&lt;span style=&quot;font-size: 17px;&quot;&gt;溯&lt;/span&gt;&lt;div&gt;&lt;span style=&quot;font-size: 17px;&quot;&gt;源&lt;/span&gt;&lt;/div&gt;&lt;div&gt;&lt;span style=&quot;font-size: 17px;&quot;&gt;信&lt;/span&gt;&lt;/div&gt;&lt;div&gt;&lt;span style=&quot;font-size: 17px;&quot;&gt;息&lt;/span&gt;&lt;/div&gt;&lt;div&gt;&lt;span style=&quot;font-size: 17px;&quot;&gt;解&lt;/span&gt;&lt;/div&gt;&lt;div&gt;&lt;span style=&quot;font-size: 17px;&quot;&gt;析&lt;/span&gt;&lt;/div&gt;" vertex="1">
+         <mxCell id="vCzkm_Gih3kLxXcJVuX2-9" parent="1" style="rounded=0;whiteSpace=wrap;html=1;fontSize=22;" value="&lt;span&gt;溯&lt;/span&gt;&lt;div&gt;&lt;span&gt;源&lt;/span&gt;&lt;/div&gt;&lt;div&gt;&lt;span&gt;信&lt;/span&gt;&lt;/div&gt;&lt;div&gt;&lt;span&gt;息&lt;/span&gt;&lt;/div&gt;&lt;div&gt;&lt;span&gt;解&lt;/span&gt;&lt;/div&gt;&lt;div&gt;&lt;span&gt;析&lt;/span&gt;&lt;/div&gt;" vertex="1">
          <mxGeometry height="200" width="60" x="-130" y="360" as="geometry" />
        </mxCell>
-         <mxCell id="vCzkm_Gih3kLxXcJVuX2-10" parent="1" style="rounded=0;whiteSpace=wrap;html=1;" value="&lt;span style=&quot;font-size: 17px;&quot;&gt;高&lt;/span&gt;&lt;div&gt;&lt;span style=&quot;font-size: 17px;&quot;&gt;亮&lt;/span&gt;&lt;/div&gt;&lt;div&gt;&lt;span style=&quot;font-size: 17px;&quot;&gt;预&lt;/span&gt;&lt;/div&gt;&lt;div&gt;&lt;span style=&quot;font-size: 17px;&quot;&gt;览&lt;/span&gt;&lt;/div&gt;&lt;div&gt;&lt;span style=&quot;font-size: 17px;&quot;&gt;生&lt;/span&gt;&lt;/div&gt;&lt;div&gt;&lt;span style=&quot;font-size: 17px;&quot;&gt;成&lt;/span&gt;&lt;/div&gt;" vertex="1">
+         <mxCell id="vCzkm_Gih3kLxXcJVuX2-10" parent="1" style="rounded=0;whiteSpace=wrap;html=1;fontSize=22;" value="&lt;span&gt;高&lt;/span&gt;&lt;div&gt;&lt;span&gt;亮&lt;/span&gt;&lt;/div&gt;&lt;div&gt;&lt;span&gt;预&lt;/span&gt;&lt;/div&gt;&lt;div&gt;&lt;span&gt;览&lt;/span&gt;&lt;/div&gt;&lt;div&gt;&lt;span&gt;生&lt;/span&gt;&lt;/div&gt;&lt;div&gt;&lt;span&gt;成&lt;/span&gt;&lt;/div&gt;" vertex="1">
          <mxGeometry height="200" width="60" x="-30" y="360" as="geometry" />
        </mxCell>
-         <mxCell id="vCzkm_Gih3kLxXcJVuX2-11" parent="1" style="rounded=0;whiteSpace=wrap;html=1;" value="&lt;span style=&quot;font-size: 17px;&quot;&gt;侧&lt;/span&gt;&lt;div&gt;&lt;span style=&quot;font-size: 17px;&quot;&gt;边&lt;/span&gt;&lt;/div&gt;&lt;div&gt;&lt;span style=&quot;font-size: 17px;&quot;&gt;栏&lt;/span&gt;&lt;/div&gt;&lt;div&gt;&lt;span style=&quot;font-size: 17px;&quot;&gt;证&lt;/span&gt;&lt;/div&gt;&lt;div&gt;&lt;span style=&quot;font-size: 17px;&quot;&gt;据&lt;/span&gt;&lt;/div&gt;&lt;div&gt;&lt;span style=&quot;font-size: 17px;&quot;&gt;展&lt;/span&gt;&lt;/div&gt;&lt;div&gt;&lt;span style=&quot;font-size: 17px;&quot;&gt;示&lt;/span&gt;&lt;/div&gt;" vertex="1">
+         <mxCell id="vCzkm_Gih3kLxXcJVuX2-11" parent="1" style="rounded=0;whiteSpace=wrap;html=1;fontSize=22;" value="&lt;span&gt;侧&lt;/span&gt;&lt;div&gt;&lt;span&gt;边&lt;/span&gt;&lt;/div&gt;&lt;div&gt;&lt;span&gt;栏&lt;/span&gt;&lt;/div&gt;&lt;div&gt;&lt;span&gt;证&lt;/span&gt;&lt;/div&gt;&lt;div&gt;&lt;span&gt;据&lt;/span&gt;&lt;/div&gt;&lt;div&gt;&lt;span&gt;展&lt;/span&gt;&lt;/div&gt;&lt;div&gt;&lt;span&gt;示&lt;/span&gt;&lt;/div&gt;" vertex="1">
          <mxGeometry height="200" width="60" x="70" y="360" as="geometry" />
        </mxCell>
-         <mxCell id="vCzkm_Gih3kLxXcJVuX2-12" parent="1" style="shape=partialRectangle;whiteSpace=wrap;html=1;bottom=0;right=0;fillColor=none;flipH=1;legacyAnchorPoints=0;flipV=0;" value="" vertex="1">
+         <mxCell id="vCzkm_Gih3kLxXcJVuX2-12" parent="1" style="shape=partialRectangle;whiteSpace=wrap;html=1;bottom=0;right=0;fillColor=none;flipH=1;legacyAnchorPoints=0;flipV=0;fontSize=22;" value="" vertex="1">
          <mxGeometry height="50" width="100" y="310" as="geometry" />
        </mxCell>
-         <mxCell id="vCzkm_Gih3kLxXcJVuX2-13" parent="1" style="shape=partialRectangle;whiteSpace=wrap;html=1;right=0;top=0;bottom=0;fillColor=none;routingCenterX=-0.5;" value="" vertex="1">
+         <mxCell id="vCzkm_Gih3kLxXcJVuX2-13" parent="1" style="shape=partialRectangle;whiteSpace=wrap;html=1;right=0;top=0;bottom=0;fillColor=none;routingCenterX=-0.5;fontSize=22;" value="" vertex="1">
          <mxGeometry height="50" width="120" y="310" as="geometry" />
        </mxCell>
      </root>
    </mxGraphModel>
  </diagram>
</mxfile>
